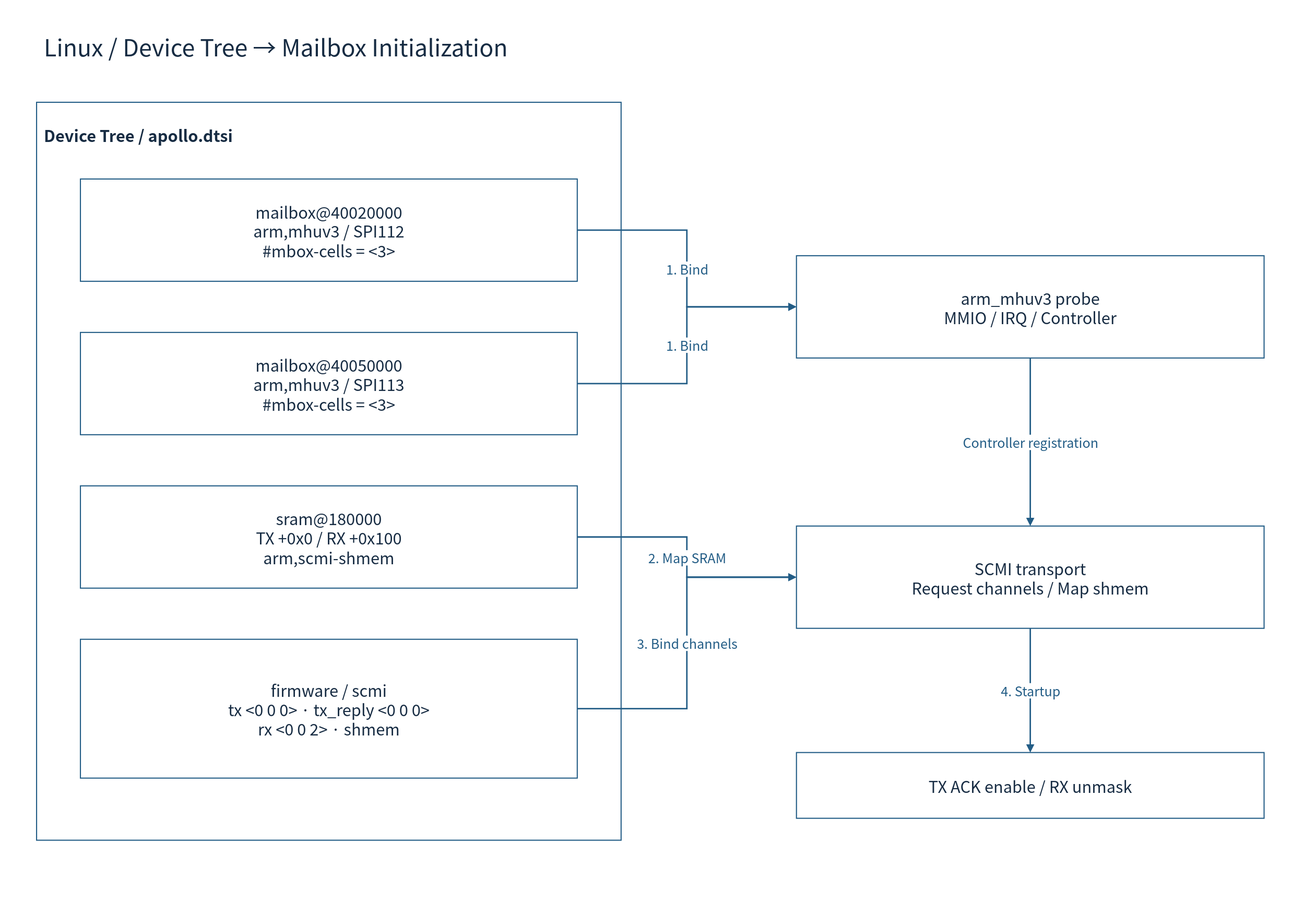
Above: doc/phase1/mailbox/diagrams/10-linux-init.drawio.svg in cometzero/project-apollo (draw.io), before the change. Source tidied: cells renumbered, new cells last; positions are measured from the earlier drawing's top-left corner, leaving out a move shared by most shapes. Source of this version:
```xml
<mxGraphModel background="#FFFFFF">
  <root>
    <mxCell id="0" />
    <mxCell id="1" parent="0" />
    <mxCell id="2" style="rounded=0;whiteSpace=wrap;html=1;fillColor=#FFFFFF;strokeColor=none;strokeWidth=1.5;fontColor=#172C43;fontFamily=Noto Sans CJK KR;fontSize=22;spacing=10;" parent="1" vertex="1">
      <mxGeometry width="1800" height="1250" as="geometry" />
    </mxCell>
    <mxCell id="3" value="Linux / Device Tree → Mailbox Initialization" style="rounded=0;whiteSpace=wrap;html=1;fillColor=#FFFFFF;strokeColor=none;strokeWidth=1.5;fontColor=#172C43;fontFamily=Noto Sans CJK KR;fontSize=22;spacing=10;fontSize=32;align=left;" parent="1" vertex="1">
      <mxGeometry x="50" y="30" width="1700" height="65" as="geometry" />
    </mxCell>
    <mxCell id="4" value="Device Tree / apollo.dtsi" style="rounded=0;whiteSpace=wrap;html=1;fillColor=#FFFFFF;strokeColor=#235D86;strokeWidth=1.5;fontColor=#172C43;fontFamily=Noto Sans CJK KR;fontSize=22;spacing=10;verticalAlign=top;fontStyle=1;spacingTop=16;align=left;" parent="1" vertex="1">
      <mxGeometry x="50" y="140" width="800" height="1010" as="geometry" />
    </mxCell>
    <mxCell id="5" value="mailbox@40020000&lt;br&gt;arm,mhuv3 / SPI112&lt;br&gt;#mbox-cells = &amp;lt;3&amp;gt;" style="rounded=0;whiteSpace=wrap;html=1;fillColor=#FFFFFF;strokeColor=#235D86;strokeWidth=1.5;fontColor=#172C43;fontFamily=Noto Sans CJK KR;fontSize=22;spacing=10;" parent="4" vertex="1">
      <mxGeometry x="60" y="105" width="680" height="140" as="geometry" />
    </mxCell>
    <mxCell id="6" value="mailbox@40050000&lt;br&gt;arm,mhuv3 / SPI113&lt;br&gt;#mbox-cells = &amp;lt;3&amp;gt;" style="rounded=0;whiteSpace=wrap;html=1;fillColor=#FFFFFF;strokeColor=#235D86;strokeWidth=1.5;fontColor=#172C43;fontFamily=Noto Sans CJK KR;fontSize=22;spacing=10;" parent="4" vertex="1">
      <mxGeometry x="60" y="315" width="680" height="140" as="geometry" />
    </mxCell>
    <mxCell id="7" value="sram@180000&lt;br&gt;TX +0x0 / RX +0x100&lt;br&gt;arm,scmi-shmem" style="rounded=0;whiteSpace=wrap;html=1;fillColor=#FFFFFF;strokeColor=#235D86;strokeWidth=1.5;fontColor=#172C43;fontFamily=Noto Sans CJK KR;fontSize=22;spacing=10;" parent="4" vertex="1">
      <mxGeometry x="60" y="525" width="680" height="140" as="geometry" />
    </mxCell>
    <mxCell id="8" value="firmware / scmi&lt;br&gt;tx &amp;lt;0 0 0&amp;gt; · tx_reply &amp;lt;0 0 0&amp;gt;&lt;br&gt;rx &amp;lt;0 0 2&amp;gt; · shmem" style="rounded=0;whiteSpace=wrap;html=1;fillColor=#FFFFFF;strokeColor=#235D86;strokeWidth=1.5;fontColor=#172C43;fontFamily=Noto Sans CJK KR;fontSize=22;spacing=10;" parent="4" vertex="1">
      <mxGeometry x="60" y="735" width="680" height="190" as="geometry" />
    </mxCell>
    <mxCell id="9" value="arm_mhuv3 probe&lt;br&gt;MMIO / IRQ / Controller" style="rounded=0;whiteSpace=wrap;html=1;fillColor=#FFFFFF;strokeColor=#235D86;strokeWidth=1.5;fontColor=#172C43;fontFamily=Noto Sans CJK KR;fontSize=22;spacing=10;" parent="1" vertex="1">
      <mxGeometry x="1090" y="350" width="640" height="140" as="geometry" />
    </mxCell>
    <mxCell id="10" value="SCMI transport&lt;br&gt;Request channels / Map shmem" style="rounded=0;whiteSpace=wrap;html=1;fillColor=#FFFFFF;strokeColor=#235D86;strokeWidth=1.5;fontColor=#172C43;fontFamily=Noto Sans CJK KR;fontSize=22;spacing=10;" parent="1" vertex="1">
      <mxGeometry x="1090" y="720" width="640" height="140" as="geometry" />
    </mxCell>
    <mxCell id="11" value="TX ACK enable / RX unmask" style="rounded=0;whiteSpace=wrap;html=1;fillColor=#FFFFFF;strokeColor=#235D86;strokeWidth=1.5;fontColor=#172C43;fontFamily=Noto Sans CJK KR;fontSize=22;spacing=10;" parent="1" vertex="1">
      <mxGeometry x="1090" y="1030" width="640" height="90" as="geometry" />
    </mxCell>
    <mxCell id="12" value="1. Bind" style="edgeStyle=orthogonalEdgeStyle;rounded=0;html=1;endArrow=block;endFill=1;strokeWidth=2;strokeColor=#235D86;fontColor=#235D86;fontFamily=Noto Sans CJK KR;fontSize=18;labelBackgroundColor=#FFFFFF;exitX=1;exitY=0.5;entryX=0;entryY=0.5;" parent="1" edge="1" source="5" target="9">
      <mxGeometry relative="1" as="geometry" />
    </mxCell>
    <mxCell id="13" value="1. Bind" style="edgeStyle=orthogonalEdgeStyle;rounded=0;html=1;endArrow=block;endFill=1;strokeWidth=2;strokeColor=#235D86;fontColor=#235D86;fontFamily=Noto Sans CJK KR;fontSize=18;labelBackgroundColor=#FFFFFF;exitX=1;exitY=0.5;entryX=0;entryY=0.5;" parent="1" edge="1" source="6" target="9">
      <mxGeometry relative="1" as="geometry" />
    </mxCell>
    <mxCell id="14" value="2. Map SRAM" style="edgeStyle=orthogonalEdgeStyle;rounded=0;html=1;endArrow=block;endFill=1;strokeWidth=2;strokeColor=#235D86;fontColor=#235D86;fontFamily=Noto Sans CJK KR;fontSize=18;labelBackgroundColor=#FFFFFF;exitX=1;exitY=0.5;entryX=0;entryY=0.5;" parent="1" edge="1" source="7" target="10">
      <mxGeometry relative="1" as="geometry" />
    </mxCell>
    <mxCell id="15" value="3. Bind channels" style="edgeStyle=orthogonalEdgeStyle;rounded=0;html=1;endArrow=block;endFill=1;strokeWidth=2;strokeColor=#235D86;fontColor=#235D86;fontFamily=Noto Sans CJK KR;fontSize=18;labelBackgroundColor=#FFFFFF;exitX=1;exitY=0.5;entryX=0;entryY=0.5;" parent="1" edge="1" source="8" target="10">
      <mxGeometry relative="1" as="geometry" />
    </mxCell>
    <mxCell id="16" value="Controller registration" style="edgeStyle=orthogonalEdgeStyle;rounded=0;html=1;endArrow=block;endFill=1;strokeWidth=2;strokeColor=#235D86;fontColor=#235D86;fontFamily=Noto Sans CJK KR;fontSize=18;labelBackgroundColor=#FFFFFF;exitX=0.5;exitY=1;entryX=0.5;entryY=0;" parent="1" edge="1" source="9" target="10">
      <mxGeometry relative="1" as="geometry" />
    </mxCell>
    <mxCell id="17" value="4. Startup" style="edgeStyle=orthogonalEdgeStyle;rounded=0;html=1;endArrow=block;endFill=1;strokeWidth=2;strokeColor=#235D86;fontColor=#235D86;fontFamily=Noto Sans CJK KR;fontSize=18;labelBackgroundColor=#FFFFFF;exitX=0.5;exitY=1;entryX=0.5;entryY=0;" parent="1" edge="1" source="10" target="11">
      <mxGeometry relative="1" as="geometry" />
    </mxCell>
  </root>
</mxGraphModel>
```
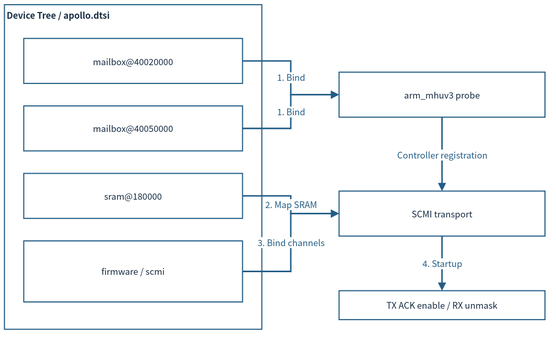
The same diagram one commit later.

What changed in the source:
```diff
@@ -2,52 +2,46 @@
   <root>
     <mxCell id="0" />
     <mxCell id="1" parent="0" />
-    <mxCell id="2" style="rounded=0;whiteSpace=wrap;html=1;fillColor=#FFFFFF;strokeColor=none;strokeWidth=1.5;fontColor=#172C43;fontFamily=Noto Sans CJK KR;fontSize=22;spacing=10;" parent="1" vertex="1">
-      <mxGeometry width="1800" height="1250" as="geometry" />
-    </mxCell>
-    <mxCell id="3" value="Linux / Device Tree → Mailbox Initialization" style="rounded=0;whiteSpace=wrap;html=1;fillColor=#FFFFFF;strokeColor=none;strokeWidth=1.5;fontColor=#172C43;fontFamily=Noto Sans CJK KR;fontSize=22;spacing=10;fontSize=32;align=left;" parent="1" vertex="1">
-      <mxGeometry x="50" y="30" width="1700" height="65" as="geometry" />
-    </mxCell>
-    <mxCell id="4" value="Device Tree / apollo.dtsi" style="rounded=0;whiteSpace=wrap;html=1;fillColor=#FFFFFF;strokeColor=#235D86;strokeWidth=1.5;fontColor=#172C43;fontFamily=Noto Sans CJK KR;fontSize=22;spacing=10;verticalAlign=top;fontStyle=1;spacingTop=16;align=left;" parent="1" vertex="1">
-      <mxGeometry x="50" y="140" width="800" height="1010" as="geometry" />
+    <mxCell id="4" value="Device Tree / apollo.dtsi" style="rounded=0;whiteSpace=wrap;html=1;fillColor=#FFFFFF;strokeColor=#235D86;strokeWidth=1.5;fontColor=#172C43;fontFamily=Noto Sans CJK KR;verticalAlign=top;fontStyle=1;align=left;fontSize=12;spacing=3;whiteSpace=wrap;" parent="1" vertex="1">
+      <mxGeometry x="12" y="27.4" width="352.4" height="444.9" as="geometry" />
     </mxCell>
-    <mxCell id="5" value="mailbox@40020000&lt;br&gt;arm,mhuv3 / SPI112&lt;br&gt;#mbox-cells = &amp;lt;3&amp;gt;" style="rounded=0;whiteSpace=wrap;html=1;fillColor=#FFFFFF;strokeColor=#235D86;strokeWidth=1.5;fontColor=#172C43;fontFamily=Noto Sans CJK KR;fontSize=22;spacing=10;" parent="4" vertex="1">
-      <mxGeometry x="60" y="105" width="680" height="140" as="geometry" />
+    <mxCell id="5" value="mailbox@40020000" style="rounded=0;whiteSpace=wrap;html=1;fillColor=#FFFFFF;strokeColor=#235D86;strokeWidth=1.5;fontColor=#172C43;fontFamily=Noto Sans CJK KR;fontSize=12;spacing=3;whiteSpace=wrap;" parent="4" vertex="1">
+      <mxGeometry x="26.4" y="46.2" width="299.5" height="61.7" as="geometry" />
     </mxCell>
-    <mxCell id="6" value="mailbox@40050000&lt;br&gt;arm,mhuv3 / SPI113&lt;br&gt;#mbox-cells = &amp;lt;3&amp;gt;" style="rounded=0;whiteSpace=wrap;html=1;fillColor=#FFFFFF;strokeColor=#235D86;strokeWidth=1.5;fontColor=#172C43;fontFamily=Noto Sans CJK KR;fontSize=22;spacing=10;" parent="4" vertex="1">
-      <mxGeometry x="60" y="315" width="680" height="140" as="geometry" />
+    <mxCell id="6" value="mailbox@40050000" style="rounded=0;whiteSpace=wrap;html=1;fillColor=#FFFFFF;strokeColor=#235D86;strokeWidth=1.5;fontColor=#172C43;fontFamily=Noto Sans CJK KR;fontSize=12;spacing=3;whiteSpace=wrap;" parent="4" vertex="1">
+      <mxGeometry x="26.4" y="138.8" width="299.5" height="61.7" as="geometry" />
     </mxCell>
-    <mxCell id="7" value="sram@180000&lt;br&gt;TX +0x0 / RX +0x100&lt;br&gt;arm,scmi-shmem" style="rounded=0;whiteSpace=wrap;html=1;fillColor=#FFFFFF;strokeColor=#235D86;strokeWidth=1.5;fontColor=#172C43;fontFamily=Noto Sans CJK KR;fontSize=22;spacing=10;" parent="4" vertex="1">
-      <mxGeometry x="60" y="525" width="680" height="140" as="geometry" />
+    <mxCell id="7" value="sram@180000" style="rounded=0;whiteSpace=wrap;html=1;fillColor=#FFFFFF;strokeColor=#235D86;strokeWidth=1.5;fontColor=#172C43;fontFamily=Noto Sans CJK KR;fontSize=12;spacing=3;whiteSpace=wrap;" parent="4" vertex="1">
+      <mxGeometry x="26.4" y="231.2" width="299.5" height="61.7" as="geometry" />
     </mxCell>
-    <mxCell id="8" value="firmware / scmi&lt;br&gt;tx &amp;lt;0 0 0&amp;gt; · tx_reply &amp;lt;0 0 0&amp;gt;&lt;br&gt;rx &amp;lt;0 0 2&amp;gt; · shmem" style="rounded=0;whiteSpace=wrap;html=1;fillColor=#FFFFFF;strokeColor=#235D86;strokeWidth=1.5;fontColor=#172C43;fontFamily=Noto Sans CJK KR;fontSize=22;spacing=10;" parent="4" vertex="1">
-      <mxGeometry x="60" y="735" width="680" height="190" as="geometry" />
+    <mxCell id="8" value="firmware / scmi" style="rounded=0;whiteSpace=wrap;html=1;fillColor=#FFFFFF;strokeColor=#235D86;strokeWidth=1.5;fontColor=#172C43;fontFamily=Noto Sans CJK KR;fontSize=12;spacing=3;whiteSpace=wrap;" parent="4" vertex="1">
+      <mxGeometry x="26.4" y="323.8" width="299.5" height="83.7" as="geometry" />
     </mxCell>
-    <mxCell id="9" value="arm_mhuv3 probe&lt;br&gt;MMIO / IRQ / Controller" style="rounded=0;whiteSpace=wrap;html=1;fillColor=#FFFFFF;strokeColor=#235D86;strokeWidth=1.5;fontColor=#172C43;fontFamily=Noto Sans CJK KR;fontSize=22;spacing=10;" parent="1" vertex="1">
-      <mxGeometry x="1090" y="350" width="640" height="140" as="geometry" />
+    <mxCell id="9" value="arm_mhuv3 probe" style="rounded=0;whiteSpace=wrap;html=1;fillColor=#FFFFFF;strokeColor=#235D86;strokeWidth=1.5;fontColor=#172C43;fontFamily=Noto Sans CJK KR;fontSize=12;spacing=3;whiteSpace=wrap;" parent="1" vertex="1">
+      <mxGeometry x="470.1" y="119.9" width="281.9" height="61.7" as="geometry" />
     </mxCell>
-    <mxCell id="10" value="SCMI transport&lt;br&gt;Request channels / Map shmem" style="rounded=0;whiteSpace=wrap;html=1;fillColor=#FFFFFF;strokeColor=#235D86;strokeWidth=1.5;fontColor=#172C43;fontFamily=Noto Sans CJK KR;fontSize=22;spacing=10;" parent="1" vertex="1">
-      <mxGeometry x="1090" y="720" width="640" height="140" as="geometry" />
+    <mxCell id="10" value="SCMI transport" style="rounded=0;whiteSpace=wrap;html=1;fillColor=#FFFFFF;strokeColor=#235D86;strokeWidth=1.5;fontColor=#172C43;fontFamily=Noto Sans CJK KR;fontSize=12;spacing=3;whiteSpace=wrap;" parent="1" vertex="1">
+      <mxGeometry x="470.1" y="282.9" width="281.9" height="61.7" as="geometry" />
     </mxCell>
-    <mxCell id="11" value="TX ACK enable / RX unmask" style="rounded=0;whiteSpace=wrap;html=1;fillColor=#FFFFFF;strokeColor=#235D86;strokeWidth=1.5;fontColor=#172C43;fontFamily=Noto Sans CJK KR;fontSize=22;spacing=10;" parent="1" vertex="1">
-      <mxGeometry x="1090" y="1030" width="640" height="90" as="geometry" />
+    <mxCell id="11" value="TX ACK enable / RX unmask" style="rounded=0;whiteSpace=wrap;html=1;fillColor=#FFFFFF;strokeColor=#235D86;strokeWidth=1.5;fontColor=#172C43;fontFamily=Noto Sans CJK KR;fontSize=12;spacing=3;whiteSpace=wrap;" parent="1" vertex="1">
+      <mxGeometry x="470.1" y="419.4" width="281.9" height="39.6" as="geometry" />
     </mxCell>
-    <mxCell id="12" value="1. Bind" style="edgeStyle=orthogonalEdgeStyle;rounded=0;html=1;endArrow=block;endFill=1;strokeWidth=2;strokeColor=#235D86;fontColor=#235D86;fontFamily=Noto Sans CJK KR;fontSize=18;labelBackgroundColor=#FFFFFF;exitX=1;exitY=0.5;entryX=0;entryY=0.5;" parent="1" edge="1" source="5" target="9">
+    <mxCell id="12" value="1. Bind" style="edgeStyle=orthogonalEdgeStyle;rounded=0;html=1;endArrow=block;endFill=1;strokeWidth=2;strokeColor=#235D86;fontColor=#235D86;fontFamily=Noto Sans CJK KR;labelBackgroundColor=#FFFFFF;exitX=1;exitY=0.5;entryX=0;entryY=0.5;fontSize=12;spacing=3;whiteSpace=nowrap;" parent="1" edge="1" source="5" target="9">
       <mxGeometry relative="1" as="geometry" />
     </mxCell>
-    <mxCell id="13" value="1. Bind" style="edgeStyle=orthogonalEdgeStyle;rounded=0;html=1;endArrow=block;endFill=1;strokeWidth=2;strokeColor=#235D86;fontColor=#235D86;fontFamily=Noto Sans CJK KR;fontSize=18;labelBackgroundColor=#FFFFFF;exitX=1;exitY=0.5;entryX=0;entryY=0.5;" parent="1" edge="1" source="6" target="9">
+    <mxCell id="13" value="1. Bind" style="edgeStyle=orthogonalEdgeStyle;rounded=0;html=1;endArrow=block;endFill=1;strokeWidth=2;strokeColor=#235D86;fontColor=#235D86;fontFamily=Noto Sans CJK KR;labelBackgroundColor=#FFFFFF;exitX=1;exitY=0.5;entryX=0;entryY=0.5;fontSize=12;spacing=3;whiteSpace=nowrap;" parent="1" edge="1" source="6" target="9">
       <mxGeometry relative="1" as="geometry" />
     </mxCell>
-    <mxCell id="14" value="2. Map SRAM" style="edgeStyle=orthogonalEdgeStyle;rounded=0;html=1;endArrow=block;endFill=1;strokeWidth=2;strokeColor=#235D86;fontColor=#235D86;fontFamily=Noto Sans CJK KR;fontSize=18;labelBackgroundColor=#FFFFFF;exitX=1;exitY=0.5;entryX=0;entryY=0.5;" parent="1" edge="1" source="7" target="10">
+    <mxCell id="14" value="2. Map SRAM" style="edgeStyle=orthogonalEdgeStyle;rounded=0;html=1;endArrow=block;endFill=1;strokeWidth=2;strokeColor=#235D86;fontColor=#235D86;fontFamily=Noto Sans CJK KR;labelBackgroundColor=#FFFFFF;exitX=1;exitY=0.5;entryX=0;entryY=0.5;fontSize=12;spacing=3;whiteSpace=nowrap;" parent="1" edge="1" source="7" target="10">
       <mxGeometry relative="1" as="geometry" />
     </mxCell>
-    <mxCell id="15" value="3. Bind channels" style="edgeStyle=orthogonalEdgeStyle;rounded=0;html=1;endArrow=block;endFill=1;strokeWidth=2;strokeColor=#235D86;fontColor=#235D86;fontFamily=Noto Sans CJK KR;fontSize=18;labelBackgroundColor=#FFFFFF;exitX=1;exitY=0.5;entryX=0;entryY=0.5;" parent="1" edge="1" source="8" target="10">
+    <mxCell id="15" value="3. Bind channels" style="edgeStyle=orthogonalEdgeStyle;rounded=0;html=1;endArrow=block;endFill=1;strokeWidth=2;strokeColor=#235D86;fontColor=#235D86;fontFamily=Noto Sans CJK KR;labelBackgroundColor=#FFFFFF;exitX=1;exitY=0.5;entryX=0;entryY=0.5;fontSize=12;spacing=3;whiteSpace=nowrap;" parent="1" edge="1" source="8" target="10">
       <mxGeometry relative="1" as="geometry" />
     </mxCell>
-    <mxCell id="16" value="Controller registration" style="edgeStyle=orthogonalEdgeStyle;rounded=0;html=1;endArrow=block;endFill=1;strokeWidth=2;strokeColor=#235D86;fontColor=#235D86;fontFamily=Noto Sans CJK KR;fontSize=18;labelBackgroundColor=#FFFFFF;exitX=0.5;exitY=1;entryX=0.5;entryY=0;" parent="1" edge="1" source="9" target="10">
+    <mxCell id="16" value="Controller registration" style="edgeStyle=orthogonalEdgeStyle;rounded=0;html=1;endArrow=block;endFill=1;strokeWidth=2;strokeColor=#235D86;fontColor=#235D86;fontFamily=Noto Sans CJK KR;labelBackgroundColor=#FFFFFF;exitX=0.5;exitY=1;entryX=0.5;entryY=0;fontSize=12;spacing=3;whiteSpace=nowrap;" parent="1" edge="1" source="9" target="10">
       <mxGeometry relative="1" as="geometry" />
     </mxCell>
-    <mxCell id="17" value="4. Startup" style="edgeStyle=orthogonalEdgeStyle;rounded=0;html=1;endArrow=block;endFill=1;strokeWidth=2;strokeColor=#235D86;fontColor=#235D86;fontFamily=Noto Sans CJK KR;fontSize=18;labelBackgroundColor=#FFFFFF;exitX=0.5;exitY=1;entryX=0.5;entryY=0;" parent="1" edge="1" source="10" target="11">
+    <mxCell id="17" value="4. Startup" style="edgeStyle=orthogonalEdgeStyle;rounded=0;html=1;endArrow=block;endFill=1;strokeWidth=2;strokeColor=#235D86;fontColor=#235D86;fontFamily=Noto Sans CJK KR;labelBackgroundColor=#FFFFFF;exitX=0.5;exitY=1;entryX=0.5;entryY=0;fontSize=12;spacing=3;whiteSpace=nowrap;" parent="1" edge="1" source="10" target="11">
       <mxGeometry relative="1" as="geometry" />
     </mxCell>
   </root>
```
